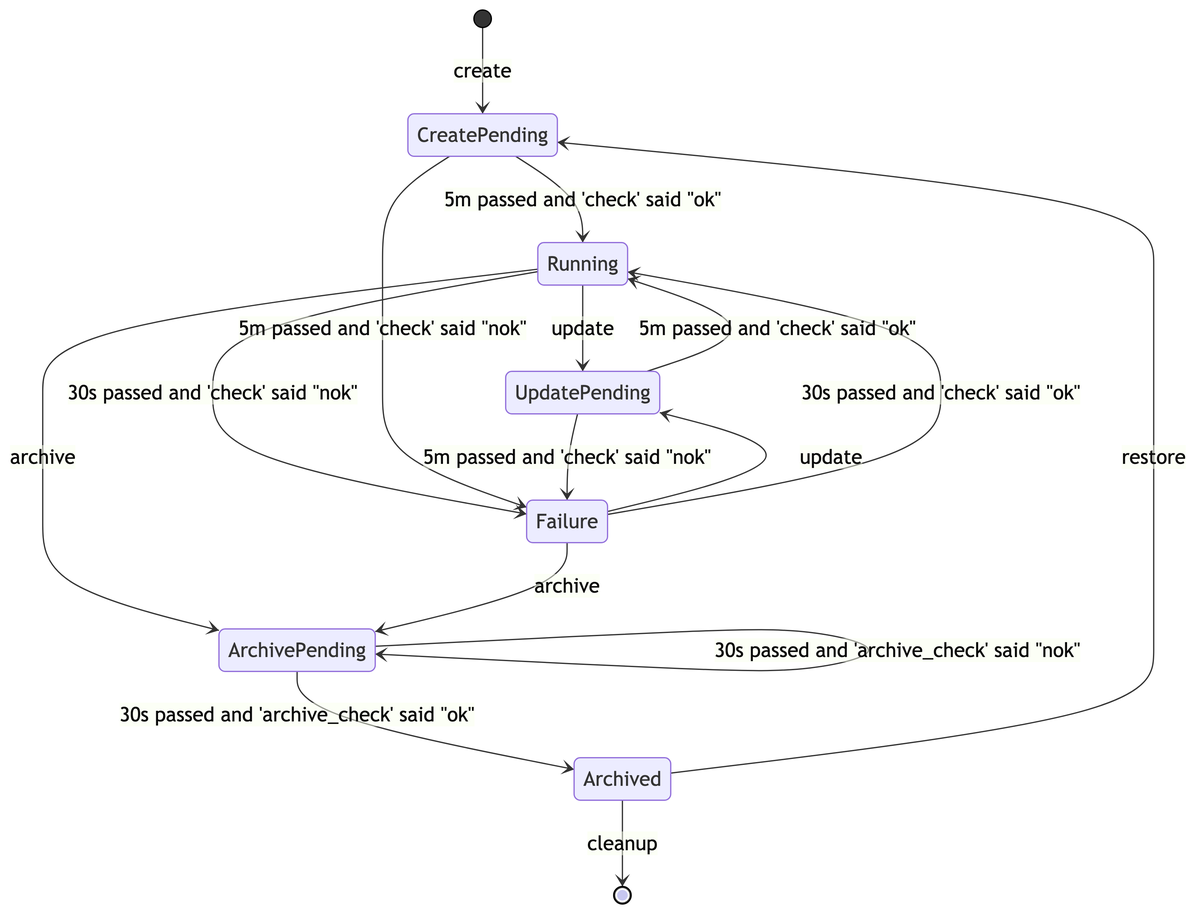
The Mermaid diagram docs/diagrams/images/technical-architecture-deployment-states-fsm.png in typeable/octopod, before a commit. Its source is kept beside it as docs/diagrams/src/technical-architecture-deployment-states-fsm.mmd. The source it was exported from:
```mermaid
stateDiagram-v2
    [*] --> CreatePending: create
    Running --> UpdatePending: update
    Failure --> UpdatePending: update
    Running --> ArchivePending: archive
    Failure --> ArchivePending: archive
    Archived --> CreatePending: restore
    Archived --> [*]: cleanup
    Running --> Failure: 30s passed and 'check' said "nok"
    Failure --> Running: 30s passed and 'check' said "ok"
    CreatePending --> Running: 5m passed and 'check' said "ok"
    CreatePending --> Failure: 5m passed and 'check' said "nok"
    UpdatePending --> Running: 5m passed and 'check' said "ok"
    UpdatePending --> Failure: 5m passed and 'check' said "nok"
    ArchivePending --> Archived: 30s passed and 'archive_check' said "ok"
    ArchivePending --> ArchivePending: 30s passed and 'archive_check' said "nok"
```
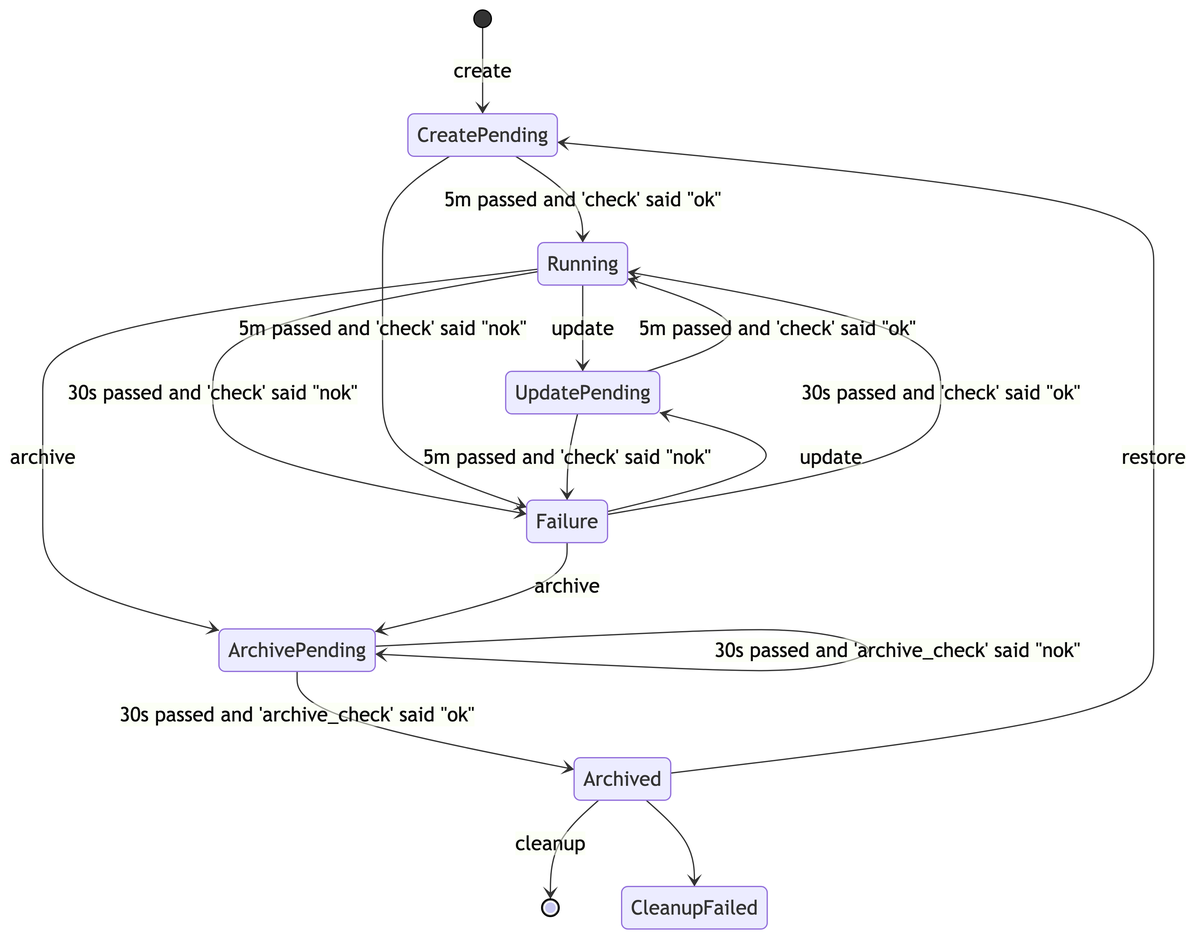
After the commit.

Change to the diagram source:
```diff
@@ -14,3 +14,4 @@
     UpdatePending --> Failure: 5m passed and 'check' said "nok"
     ArchivePending --> Archived: 30s passed and 'archive_check' said "ok"
     ArchivePending --> ArchivePending: 30s passed and 'archive_check' said "nok"
+    Archived --> CleanupFailed
```
